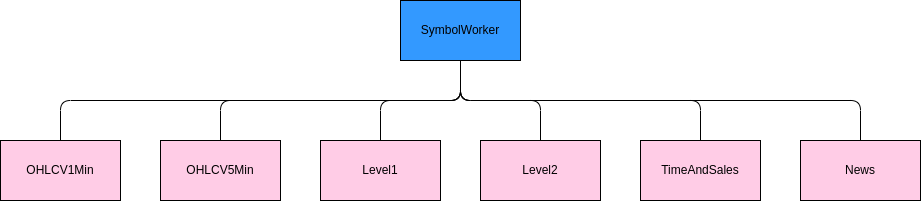
Above: images/symbol_worker_composite_class.png in IanAtDazed/ray-streamer (draw.io), before the change. Source tidied: cells renumbered, new cells last; positions are measured from the earlier drawing's top-left corner, leaving out a move shared by most shapes. Source of this version:
```xml
<mxGraphModel>
  <root>
    <mxCell id="0" />
    <mxCell id="1" parent="0" />
    <mxCell id="2" value="SymbolWorker" style="rounded=0;whiteSpace=wrap;html=1;fontColor=#000000;fillColor=#3399FF;" parent="1" vertex="1">
      <mxGeometry x="400" width="120" height="60" as="geometry" />
    </mxCell>
    <mxCell id="3" value="OHLCV1Min" style="rounded=0;whiteSpace=wrap;html=1;fontColor=#000000;fillColor=#FFCCE6;" parent="1" vertex="1">
      <mxGeometry y="140" width="120" height="60" as="geometry" />
    </mxCell>
    <mxCell id="4" value="OHLCV5Min" style="rounded=0;whiteSpace=wrap;html=1;fontColor=#000000;fillColor=#FFCCE6;" parent="1" vertex="1">
      <mxGeometry x="160" y="140" width="120" height="60" as="geometry" />
    </mxCell>
    <mxCell id="5" value="Level1" style="rounded=0;whiteSpace=wrap;html=1;fontColor=#000000;fillColor=#FFCCE6;" parent="1" vertex="1">
      <mxGeometry x="320" y="140" width="120" height="60" as="geometry" />
    </mxCell>
    <mxCell id="6" value="Level2" style="rounded=0;whiteSpace=wrap;html=1;fontColor=#000000;fillColor=#FFCCE6;" parent="1" vertex="1">
      <mxGeometry x="480" y="140" width="120" height="60" as="geometry" />
    </mxCell>
    <mxCell id="7" value="TimeAndSales" style="rounded=0;whiteSpace=wrap;html=1;fontColor=#000000;fillColor=#FFCCE6;" parent="1" vertex="1">
      <mxGeometry x="640" y="140" width="120" height="60" as="geometry" />
    </mxCell>
    <mxCell id="8" value="News" style="rounded=0;whiteSpace=wrap;html=1;fontColor=#000000;fillColor=#FFCCE6;" parent="1" vertex="1">
      <mxGeometry x="800" y="140" width="120" height="60" as="geometry" />
    </mxCell>
    <mxCell id="9" style="endArrow=none;html=1;fontColor=#000000;exitX=0.5;exitY=0;exitDx=0;exitDy=0;entryX=0.5;entryY=1;entryDx=0;entryDy=0;" parent="1" edge="1" source="3" target="2">
      <mxGeometry relative="1" as="geometry">
        <Array as="points">
          <mxPoint x="60" y="100" />
          <mxPoint x="460" y="100" />
        </Array>
      </mxGeometry>
    </mxCell>
    <mxCell id="10" style="endArrow=none;html=1;fontColor=#000000;exitX=0.5;exitY=1;exitDx=0;exitDy=0;entryX=0.5;entryY=0;entryDx=0;entryDy=0;" parent="1" edge="1" source="2" target="4">
      <mxGeometry relative="1" as="geometry">
        <Array as="points">
          <mxPoint x="460" y="100" />
          <mxPoint x="220" y="100" />
        </Array>
      </mxGeometry>
    </mxCell>
    <mxCell id="11" style="endArrow=none;html=1;fontColor=#000000;exitX=0.5;exitY=0;exitDx=0;exitDy=0;entryX=0.5;entryY=1;entryDx=0;entryDy=0;" parent="1" edge="1" source="5" target="2">
      <mxGeometry relative="1" as="geometry">
        <Array as="points">
          <mxPoint x="380" y="100" />
          <mxPoint x="460" y="100" />
        </Array>
      </mxGeometry>
    </mxCell>
    <mxCell id="12" style="endArrow=none;html=1;fontColor=#000000;entryX=0.5;entryY=1;entryDx=0;entryDy=0;exitX=0.5;exitY=0;exitDx=0;exitDy=0;" parent="1" edge="1" source="6" target="2">
      <mxGeometry relative="1" as="geometry">
        <Array as="points">
          <mxPoint x="540" y="100" />
          <mxPoint x="460" y="100" />
        </Array>
      </mxGeometry>
    </mxCell>
    <mxCell id="13" style="endArrow=none;html=1;fontColor=#000000;exitX=0.5;exitY=1;exitDx=0;exitDy=0;entryX=0.5;entryY=0;entryDx=0;entryDy=0;" parent="1" edge="1" source="2" target="7">
      <mxGeometry relative="1" as="geometry">
        <Array as="points">
          <mxPoint x="460" y="100" />
          <mxPoint x="700" y="100" />
        </Array>
      </mxGeometry>
    </mxCell>
    <mxCell id="14" style="endArrow=none;html=1;fontColor=#000000;exitX=0.5;exitY=1;exitDx=0;exitDy=0;entryX=0.5;entryY=0;entryDx=0;entryDy=0;" parent="1" edge="1" source="2" target="8">
      <mxGeometry relative="1" as="geometry">
        <Array as="points">
          <mxPoint x="460" y="100" />
          <mxPoint x="860" y="100" />
        </Array>
      </mxGeometry>
    </mxCell>
    <mxCell id="15" value="&lt;font color=&quot;#ffffff&quot;&gt;1&lt;/font&gt;" style="text;html=1;strokeColor=none;fillColor=none;align=center;verticalAlign=middle;whiteSpace=wrap;rounded=0;fontColor=#000000;" parent="1" vertex="1">
      <mxGeometry x="420" y="60" width="60" height="30" as="geometry" />
    </mxCell>
    <mxCell id="16" value="&lt;font color=&quot;#ffffff&quot;&gt;1&lt;/font&gt;" style="text;html=1;strokeColor=none;fillColor=none;align=center;verticalAlign=middle;whiteSpace=wrap;rounded=0;fontColor=#000000;" parent="1" vertex="1">
      <mxGeometry x="20" y="110" width="60" height="30" as="geometry" />
    </mxCell>
  </root>
</mxGraphModel>
```
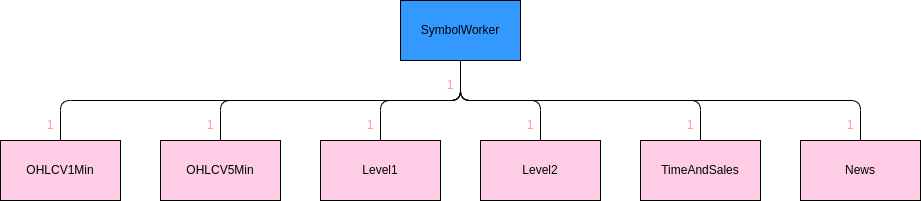
After the change.

What changed in the source:
```diff
@@ -71,11 +71,26 @@
         </Array>
       </mxGeometry>
     </mxCell>
-    <mxCell id="15" value="&lt;font color=&quot;#ffffff&quot;&gt;1&lt;/font&gt;" style="text;html=1;strokeColor=none;fillColor=none;align=center;verticalAlign=middle;whiteSpace=wrap;rounded=0;fontColor=#000000;" parent="1" vertex="1">
-      <mxGeometry x="420" y="60" width="60" height="30" as="geometry" />
-    </mxCell>
-    <mxCell id="16" value="&lt;font color=&quot;#ffffff&quot;&gt;1&lt;/font&gt;" style="text;html=1;strokeColor=none;fillColor=none;align=center;verticalAlign=middle;whiteSpace=wrap;rounded=0;fontColor=#000000;" parent="1" vertex="1">
-      <mxGeometry x="20" y="110" width="60" height="30" as="geometry" />
-    </mxCell>
+    <mxCell id="17" value="&lt;font color=&quot;#ff9999&quot;&gt;1&lt;/font&gt;" style="text;html=1;strokeColor=none;fillColor=none;align=center;verticalAlign=middle;whiteSpace=wrap;rounded=0;fontColor=#000000;" parent="1" vertex="1">
+      <mxGeometry x="200" y="110" width="20" height="30" as="geometry" />
+    </mxCell>
+    <mxCell id="18" value="&lt;font color=&quot;#ff9999&quot;&gt;1&lt;/font&gt;" style="text;html=1;strokeColor=none;fillColor=none;align=center;verticalAlign=middle;whiteSpace=wrap;rounded=0;fontColor=#000000;" parent="1" vertex="1">
+      <mxGeometry x="40" y="110" width="20" height="30" as="geometry" />
+    </mxCell>
+    <mxCell id="19" value="&lt;font color=&quot;#ff9999&quot;&gt;1&lt;/font&gt;" style="text;html=1;strokeColor=none;fillColor=none;align=center;verticalAlign=middle;whiteSpace=wrap;rounded=0;fontColor=#000000;" parent="1" vertex="1">
+      <mxGeometry x="440" y="70" width="20" height="30" as="geometry" />
+    </mxCell>
+    <mxCell id="20" value="&lt;font color=&quot;#ff9999&quot;&gt;1&lt;/font&gt;" style="text;html=1;strokeColor=none;fillColor=none;align=center;verticalAlign=middle;whiteSpace=wrap;rounded=0;fontColor=#000000;" parent="1" vertex="1">
+      <mxGeometry x="360" y="110" width="20" height="30" as="geometry" />
+    </mxCell>
+    <mxCell id="21" value="&lt;font color=&quot;#ff9999&quot;&gt;1&lt;/font&gt;" style="text;html=1;strokeColor=none;fillColor=none;align=center;verticalAlign=middle;whiteSpace=wrap;rounded=0;fontColor=#000000;" parent="1" vertex="1">
+      <mxGeometry x="840" y="110" width="20" height="30" as="geometry" />
+    </mxCell>
+    <mxCell id="22" value="&lt;font color=&quot;#ff9999&quot;&gt;1&lt;/font&gt;" style="text;html=1;strokeColor=none;fillColor=none;align=center;verticalAlign=middle;whiteSpace=wrap;rounded=0;fontColor=#000000;" parent="1" vertex="1">
+      <mxGeometry x="680" y="110" width="20" height="30" as="geometry" />
+    </mxCell>
+    <mxCell id="23" value="&lt;font color=&quot;#ff9999&quot;&gt;1&lt;/font&gt;" style="text;html=1;strokeColor=none;fillColor=none;align=center;verticalAlign=middle;whiteSpace=wrap;rounded=0;fontColor=#000000;" parent="1" vertex="1">
+      <mxGeometry x="520" y="110" width="20" height="30" as="geometry" />
+    </mxCell>
   </root>
 </mxGraphModel>
```
